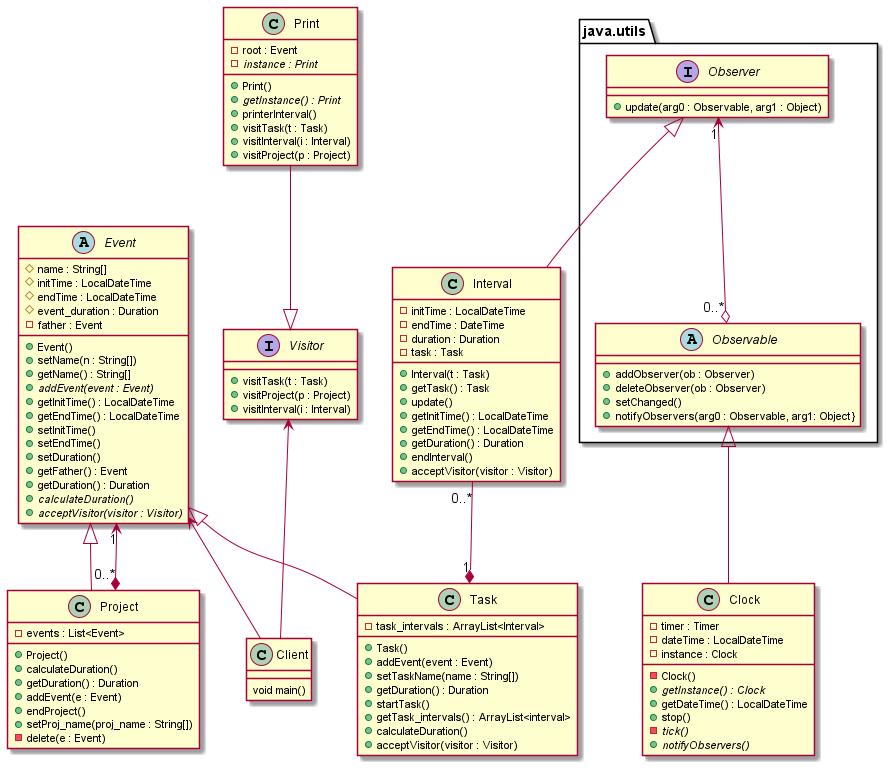
Before: Class_diag.png, a diagram exported from PlantUML (guillem-martinez/DS-Projecte).
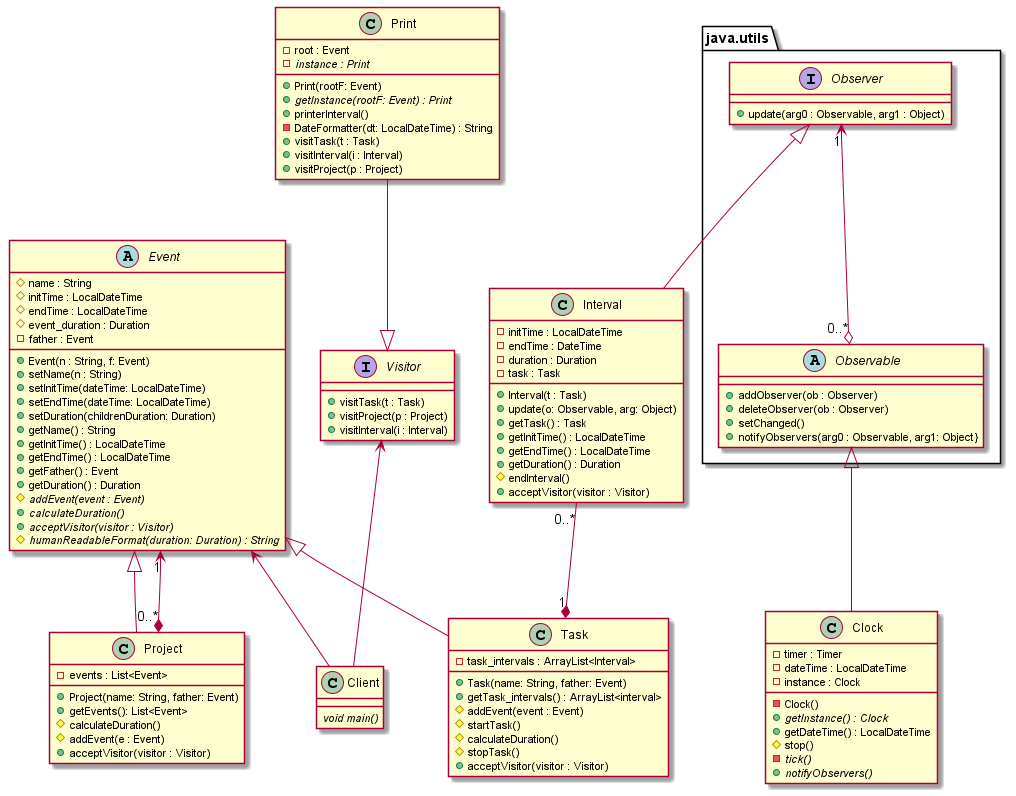
The same diagram one commit later.

Diff of the diagram source:
```diff
@@ -3,46 +3,44 @@
 
 class Project{
 - events : List<Event>
-+ Project()
-+ calculateDuration()
-+ getDuration() : Duration
-+ addEvent(e : Event)
-+ endProject()
-+ setProj_name(proj_name : String[])
-- delete(e : Event)
++ Project(name: String, father: Event)
++ getEvents(): List<Event>
+# calculateDuration()
+# addEvent(e : Event)
++ acceptVisitor(visitor : Visitor)
 }
 
 class Task{
 - task_intervals : ArrayList<Interval>
-+ Task()
-+ addEvent(event : Event)
-+ setTaskName(name : String[])
-+ getDuration() : Duration
-+ startTask()
++ Task(name: String, father: Event)
 + getTask_intervals() : ArrayList<interval>
-+ calculateDuration()
+# addEvent(event : Event)
+# startTask()
+# calculateDuration()
+# stopTask()
 + acceptVisitor(visitor : Visitor)
 }
 
 abstract Event{
-# name : String[]
+# name : String
 # initTime : LocalDateTime
 # endTime : LocalDateTime
 # event_duration : Duration
 - father : Event
-+ Event()
-+ setName(n : String[])
-+ getName() : String[]
-+ //addEvent(event : Event)//
++ Event(n : String, f: Event)
++ setName(n : String)
++ setInitTime(dateTime: LocalDateTime)
++ setEndTime(dateTime: LocalDateTime)
++ setDuration(childrenDuration: Duration)
++ getName() : String
 + getInitTime() : LocalDateTime
 + getEndTime() : LocalDateTime
-+ setInitTime()
-+ setEndTime()
-+ setDuration()
 + getFather() : Event
 + getDuration() : Duration
+# //addEvent(event : Event)//
 + //calculateDuration()//
 + //acceptVisitor(visitor : Visitor)//
+# //humanReadableFormat(duration: Duration) : String//
 }
 
 class Clock{
@@ -52,7 +50,7 @@
 - Clock()
 + //getInstance() : Clock//
 + getDateTime() : LocalDateTime
-+ stop()
+# stop()
 - //tick()//
 + //notifyObservers()//
 }
@@ -63,12 +61,12 @@
 - duration : Duration /'cada golpe de reloj incremento'/
 - task : Task
 + Interval(t : Task)
++ update(o: Observable, arg: Object)
 + getTask() : Task
-+ update()
 + getInitTime() : LocalDateTime
 + getEndTime() : LocalDateTime
 + getDuration() : Duration
-+ endInterval()
+# endInterval()
 + acceptVisitor(visitor : Visitor)
 }
 
@@ -81,9 +79,10 @@
 class Print{
 - root : Event
 - //instance : Print//
-+ Print()
-+ //getInstance() : Print//
++ Print(rootF: Event)
++ //getInstance(rootF: Event) : Print//
 + printerInterval()
+- DateFormatter(dt: LocalDateTime) : String
 + visitTask(t : Task)
 + visitInterval(i : Interval)
 + visitProject(p : Project)
@@ -103,7 +102,7 @@
 }
 
 class Client{
-void main()
+//void main()//
 }
 
 Event <|-- Task
```
